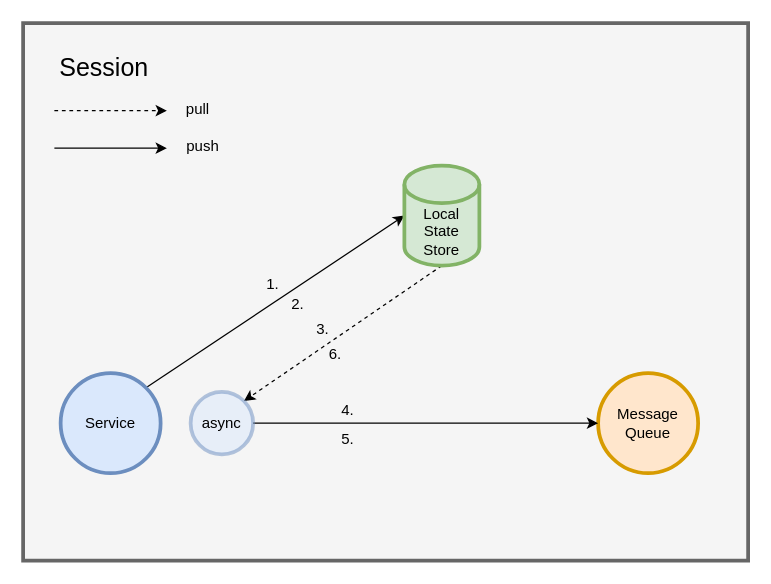
This is page "prepare" (5 of 11) of img/diagram.drawio from ccchrunik/hierasaga, a draw.io file, before an edit. Source tidied: cells renumbered, new cells numbered last; positions are measured from the earlier drawing's top-left corner, leaving out a move shared by most shapes. Both pictures are drawn from the tidied source at 125%, with x=0, y=0 at pixel (22, 22).
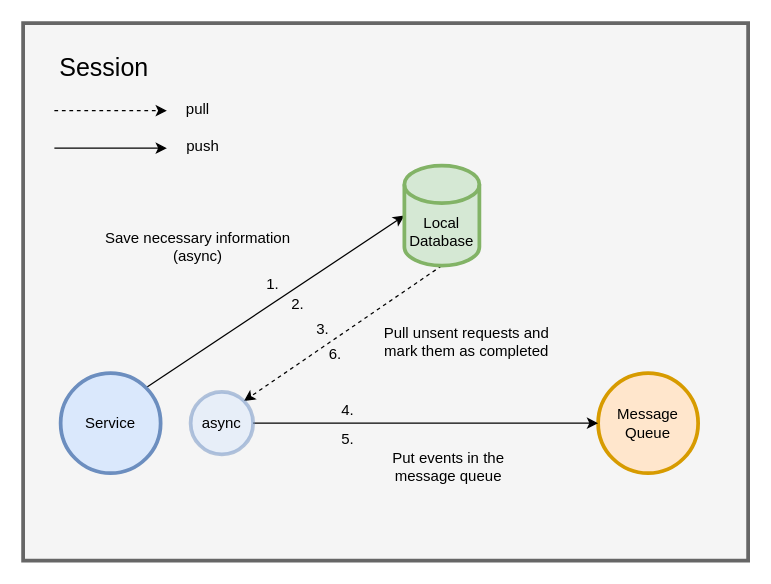
The same page after the edit.

Diff of the diagram source:
```diff
@@
-    <mxCell id="15" value="Local&lt;br&gt;State&lt;br&gt;Store" style="shape=cylinder3;whiteSpace=wrap;html=1;boundedLbl=1;backgroundOutline=1;size=15;strokeWidth=3;fillColor=#d5e8d4;strokeColor=#82b366;" parent="1" vertex="1">
+    <mxCell id="15" value="Local&lt;br&gt;Database" style="shape=cylinder3;whiteSpace=wrap;html=1;boundedLbl=1;backgroundOutline=1;size=15;strokeWidth=3;fillColor=#d5e8d4;strokeColor=#82b366;" parent="1" vertex="1">
       <mxGeometry x="305" y="114" width="60" height="80" as="geometry" />
     </mxCell>
@@
+    <mxCell id="22" value="Save necessary information&lt;br&gt;(async)" style="text;html=1;strokeColor=none;fillColor=none;align=center;verticalAlign=middle;whiteSpace=wrap;rounded=0;opacity=70;" parent="1" vertex="1">
+      <mxGeometry x="50" y="164" width="180" height="30" as="geometry" />
+    </mxCell>
+    <mxCell id="23" value="Pull unsent requests and mark them as completed" style="text;html=1;strokeColor=none;fillColor=none;align=center;verticalAlign=middle;whiteSpace=wrap;rounded=0;opacity=70;" parent="1" vertex="1">
+      <mxGeometry x="280" y="240" width="150" height="30" as="geometry" />
+    </mxCell>
+    <mxCell id="24" value="Put events in the message queue" style="text;html=1;strokeColor=none;fillColor=none;align=center;verticalAlign=middle;whiteSpace=wrap;rounded=0;opacity=70;" parent="1" vertex="1">
+      <mxGeometry x="280" y="340" width="121" height="30" as="geometry" />
+    </mxCell>
```
